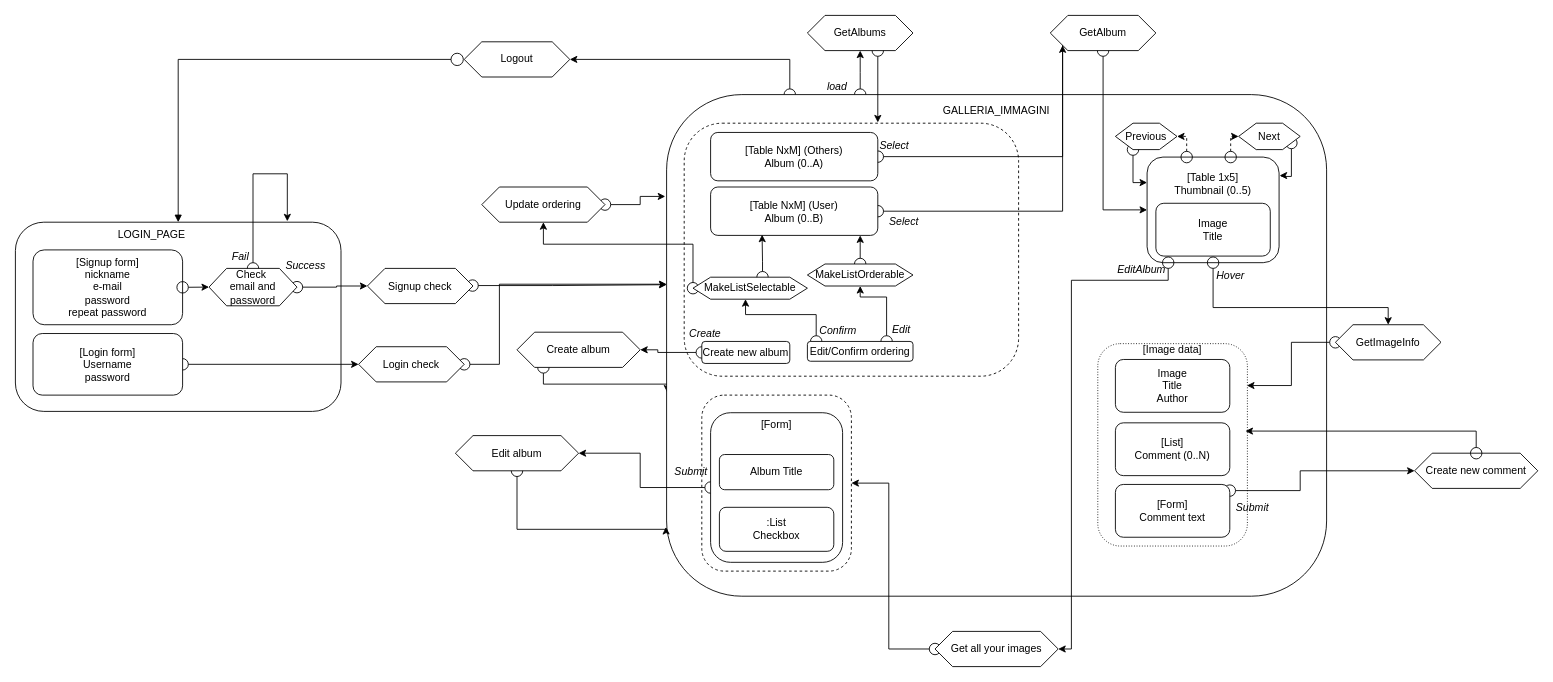
MizuGreg/TIW-Gallery-2022-RIA keeps this draw.io diagram as Design/Diagramma_IFML.drawio. Above is the earlier version. Source tidied: cells renumbered, new cells numbered last; positions are measured from the earlier drawing's top-left corner, leaving out a move shared by most shapes. Both pictures are drawn from the tidied source at 88%, with x=0, y=0 at pixel (15, 15).
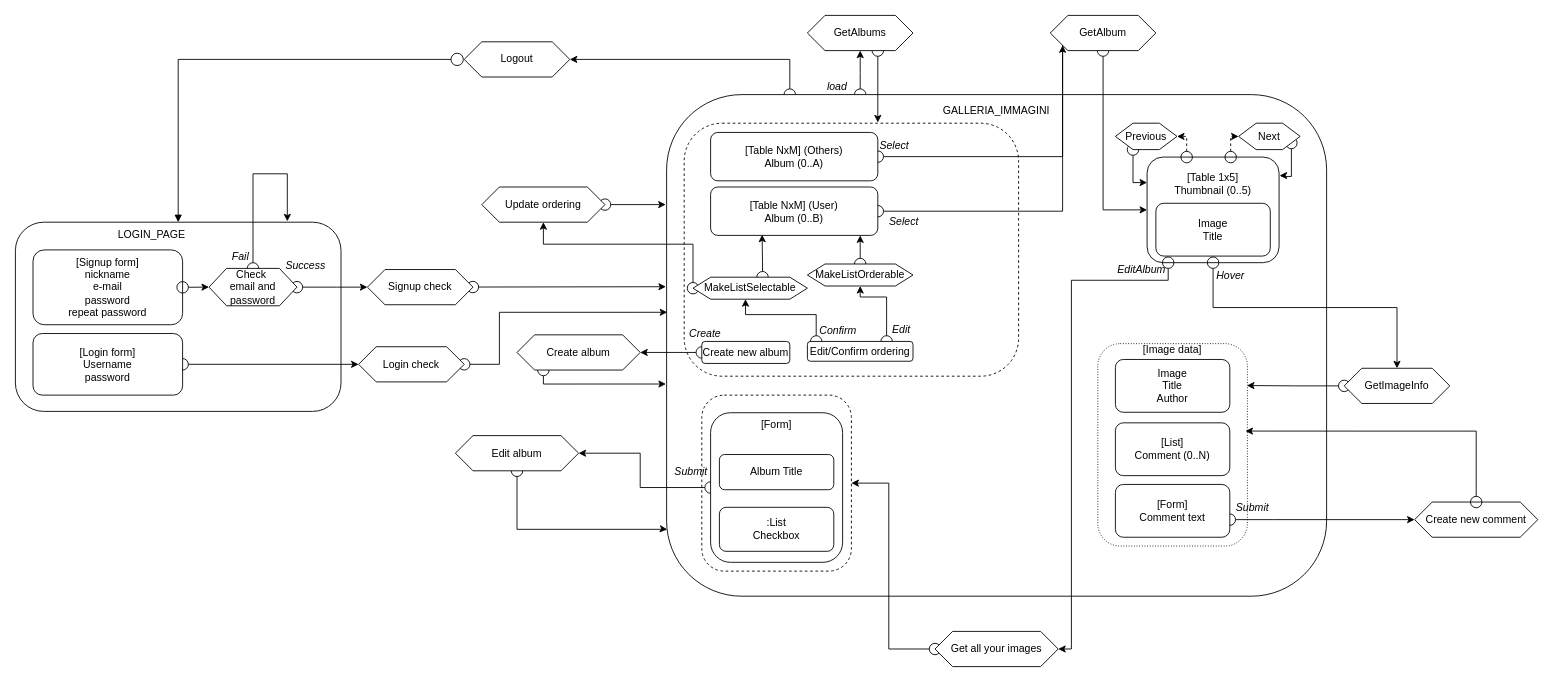
The same page after the edit.

Commit message (it also covers changes not shown here):
fix allineamento ifml

Unchanged cells that the change refers to:
```xml
<mxCell id="3" value="Login check" style="shape=hexagon;perimeter=hexagonPerimeter2;whiteSpace=wrap;html=1;fixedSize=1;strokeColor=default;" parent="1" vertex="1">
  <mxGeometry x="390" y="376.5" width="120" height="40" as="geometry" />
</mxCell>
<mxCell id="18" value="GALLERIA_IMMAGINI&lt;br&gt;&lt;br&gt;&lt;br&gt;&lt;br&gt;&lt;br&gt;&lt;br&gt;&lt;br&gt;&lt;br&gt;&lt;br&gt;&lt;br&gt;&lt;br&gt;&lt;br&gt;&lt;br&gt;&lt;br&gt;&lt;br&gt;&lt;br&gt;&lt;br&gt;&lt;br&gt;&lt;br&gt;&lt;br&gt;&lt;br&gt;&lt;br&gt;&lt;br&gt;&lt;br&gt;&lt;br&gt;&lt;br&gt;&lt;br&gt;&lt;br&gt;&lt;br&gt;&lt;br&gt;&lt;br&gt;&lt;br&gt;&lt;br&gt;&lt;br&gt;&lt;br&gt;&lt;br&gt;&lt;br&gt;&lt;br&gt;" style="rounded=1;whiteSpace=wrap;html=1;align=center;fillColor=default;" parent="1" vertex="1">
  <mxGeometry x="740" y="90" width="750" height="570" as="geometry" />
</mxCell>
<mxCell id="39" value="[Form]&lt;br&gt;Comment text" style="rounded=1;whiteSpace=wrap;html=1;strokeColor=default;" parent="1" vertex="1">
  <mxGeometry x="1250" y="533" width="130" height="60" as="geometry" />
</mxCell>
<mxCell id="42" value="Create new album" style="rounded=1;whiteSpace=wrap;html=1;" parent="1" vertex="1">
  <mxGeometry x="780" y="370.5" width="100" height="25" as="geometry" />
</mxCell>
<mxCell id="49" value="Edit album" style="shape=hexagon;perimeter=hexagonPerimeter2;whiteSpace=wrap;html=1;fixedSize=1;strokeColor=default;" parent="1" vertex="1">
  <mxGeometry x="500" y="477.5" width="140" height="40" as="geometry" />
</mxCell>
<mxCell id="60" value="Update ordering" style="shape=hexagon;perimeter=hexagonPerimeter2;whiteSpace=wrap;html=1;fixedSize=1;strokeColor=default;" parent="1" vertex="1">
  <mxGeometry x="530" y="195" width="140" height="40" as="geometry" />
</mxCell>
```

The edit, as a diff of the source:
```diff
@@
-    <mxCell id="2" style="edgeStyle=elbowEdgeStyle;rounded=0;jettySize=auto;html=1;entryX=0;entryY=0.378;entryDx=0;entryDy=0;entryPerimeter=0;startArrow=oval;startFill=0;startSize=13;exitX=1;exitY=0.5;exitDx=0;exitDy=0;" parent="1" edge="1" source="3" target="18">
+    <mxCell id="2" style="edgeStyle=orthogonalEdgeStyle;rounded=0;jettySize=auto;html=1;entryX=0.001;entryY=0.434;entryDx=0;entryDy=0;entryPerimeter=0;startArrow=oval;startFill=0;startSize=13;" parent="1" edge="1" source="3" target="18">
       <mxGeometry relative="1" as="geometry">
         <Array as="points">
-          <mxPoint x="550" y="350" />
-          <mxPoint x="540" y="340" />
-          <mxPoint x="610" y="330" />
-          <mxPoint x="550" y="340" />
-          <mxPoint x="610" y="350" />
-          <mxPoint x="460" y="350" />
+          <mxPoint x="550" y="397" />
+          <mxPoint x="550" y="337" />
         </Array>
       </mxGeometry>
     </mxCell>
@@
-    <mxCell id="4" style="edgeStyle=elbowEdgeStyle;rounded=0;jettySize=auto;html=1;entryX=0;entryY=0.379;entryDx=0;entryDy=0;entryPerimeter=0;startArrow=oval;startFill=0;startSize=13;" parent="1" edge="1" source="5" target="18">
-      <mxGeometry relative="1" as="geometry">
-        <Array as="points">
-          <mxPoint x="610" y="307" />
-        </Array>
-      </mxGeometry>
+    <mxCell id="4" style="rounded=0;jettySize=auto;html=1;startArrow=oval;startFill=0;startSize=13;entryX=-0.001;entryY=0.383;entryDx=0;entryDy=0;entryPerimeter=0;" parent="1" edge="1" source="5" target="18">
+      <mxGeometry relative="1" as="geometry" />
     </mxCell>
     <mxCell id="5" value="Signup check" style="shape=hexagon;perimeter=hexagonPerimeter2;whiteSpace=wrap;html=1;fixedSize=1;strokeColor=default;" parent="1" vertex="1">
-      <mxGeometry x="400" y="287.5" width="120" height="40" as="geometry" />
+      <mxGeometry x="400" y="288.8" width="120" height="40" as="geometry" />
     </mxCell>
@@
     <mxCell id="11" value="Create new comment" style="shape=hexagon;perimeter=hexagonPerimeter2;whiteSpace=wrap;html=1;fixedSize=1;strokeColor=default;" parent="1" vertex="1">
-      <mxGeometry x="1590" y="497.5" width="140" height="40" as="geometry" />
+      <mxGeometry x="1590" y="553" width="140" height="40" as="geometry" />
     </mxCell>
@@
-    <mxCell id="14" style="edgeStyle=orthogonalEdgeStyle;rounded=0;jettySize=auto;html=1;entryX=0.001;entryY=0.594;entryDx=0;entryDy=0;startArrow=oval;startFill=0;startSize=13;entryPerimeter=0;" parent="1" edge="1" source="15" target="18">
+    <mxCell id="14" style="edgeStyle=orthogonalEdgeStyle;rounded=0;jettySize=auto;html=1;entryX=-0.001;entryY=0.577;entryDx=0;entryDy=0;startArrow=oval;startFill=0;startSize=13;entryPerimeter=0;" parent="1" edge="1" source="15" target="18">
       <mxGeometry relative="1" as="geometry">
         <Array as="points">
           <mxPoint x="600" y="419" />
         </Array>
       </mxGeometry>
     </mxCell>
     <mxCell id="15" value="Create album" style="shape=hexagon;perimeter=hexagonPerimeter2;whiteSpace=wrap;html=1;fixedSize=1;strokeColor=default;" parent="1" vertex="1">
-      <mxGeometry x="570" y="360" width="140" height="40" as="geometry" />
+      <mxGeometry x="570" y="363" width="140" height="40" as="geometry" />
     </mxCell>
@@
     <mxCell id="28" value="GetImageInfo" style="shape=hexagon;perimeter=hexagonPerimeter2;whiteSpace=wrap;html=1;fixedSize=1;strokeColor=default;" parent="1" vertex="1">
-      <mxGeometry x="1500" y="351.5" width="120" height="40" as="geometry" />
+      <mxGeometry x="1510" y="401" width="120" height="40" as="geometry" />
     </mxCell>
@@
     <mxCell id="38" style="edgeStyle=elbowEdgeStyle;rounded=0;jettySize=auto;html=1;entryX=0;entryY=0.5;entryDx=0;entryDy=0;startArrow=oval;startFill=0;startSize=13;" parent="1" edge="1" source="39" target="11">
       <mxGeometry relative="1" as="geometry">
         <Array as="points">
+          <mxPoint x="1430" y="573" />
           <mxPoint x="1460" y="540" />
         </Array>
       </mxGeometry>
     </mxCell>
@@
     <mxCell id="41" style="edgeStyle=orthogonalEdgeStyle;rounded=0;jettySize=auto;html=1;entryX=1;entryY=0.5;entryDx=0;entryDy=0;startArrow=oval;startFill=0;startSize=13;" parent="1" edge="1" source="42" target="15">
       <mxGeometry relative="1" as="geometry">
         <Array as="points">
-          <mxPoint x="730" y="383" />
-          <mxPoint x="730" y="380" />
+          <mxPoint x="720" y="383" />
+          <mxPoint x="720" y="383" />
         </Array>
       </mxGeometry>
     </mxCell>
@@
-    <mxCell id="48" style="edgeStyle=orthogonalEdgeStyle;rounded=0;jettySize=auto;html=1;entryX=-0.001;entryY=0.862;entryDx=0;entryDy=0;entryPerimeter=0;startArrow=oval;startFill=0;startSize=13;" parent="1" edge="1" source="49" target="18">
+    <mxCell id="48" style="edgeStyle=orthogonalEdgeStyle;rounded=0;jettySize=auto;html=1;startArrow=oval;startFill=0;startSize=13;entryX=0.001;entryY=0.867;entryDx=0;entryDy=0;entryPerimeter=0;" parent="1" edge="1" source="49" target="18">
       <mxGeometry relative="1" as="geometry">
         <Array as="points">
           <mxPoint x="570" y="584" />
+          <mxPoint x="739" y="584" />
         </Array>
       </mxGeometry>
     </mxCell>
@@
-    <mxCell id="59" style="edgeStyle=orthogonalEdgeStyle;rounded=0;jettySize=auto;html=1;entryX=-0.002;entryY=0.203;entryDx=0;entryDy=0;entryPerimeter=0;startArrow=oval;startFill=0;startSize=13;" parent="1" edge="1" source="60" target="18">
-      <mxGeometry relative="1" as="geometry" />
+    <mxCell id="59" style="edgeStyle=orthogonalEdgeStyle;rounded=0;jettySize=auto;html=1;startArrow=oval;startFill=0;startSize=13;" parent="1" edge="1" source="60">
+      <mxGeometry relative="1" as="geometry">
+        <mxPoint x="739" y="215" as="targetPoint" />
+        <Array as="points">
+          <mxPoint x="739" y="215" />
+        </Array>
+      </mxGeometry>
     </mxCell>
```
